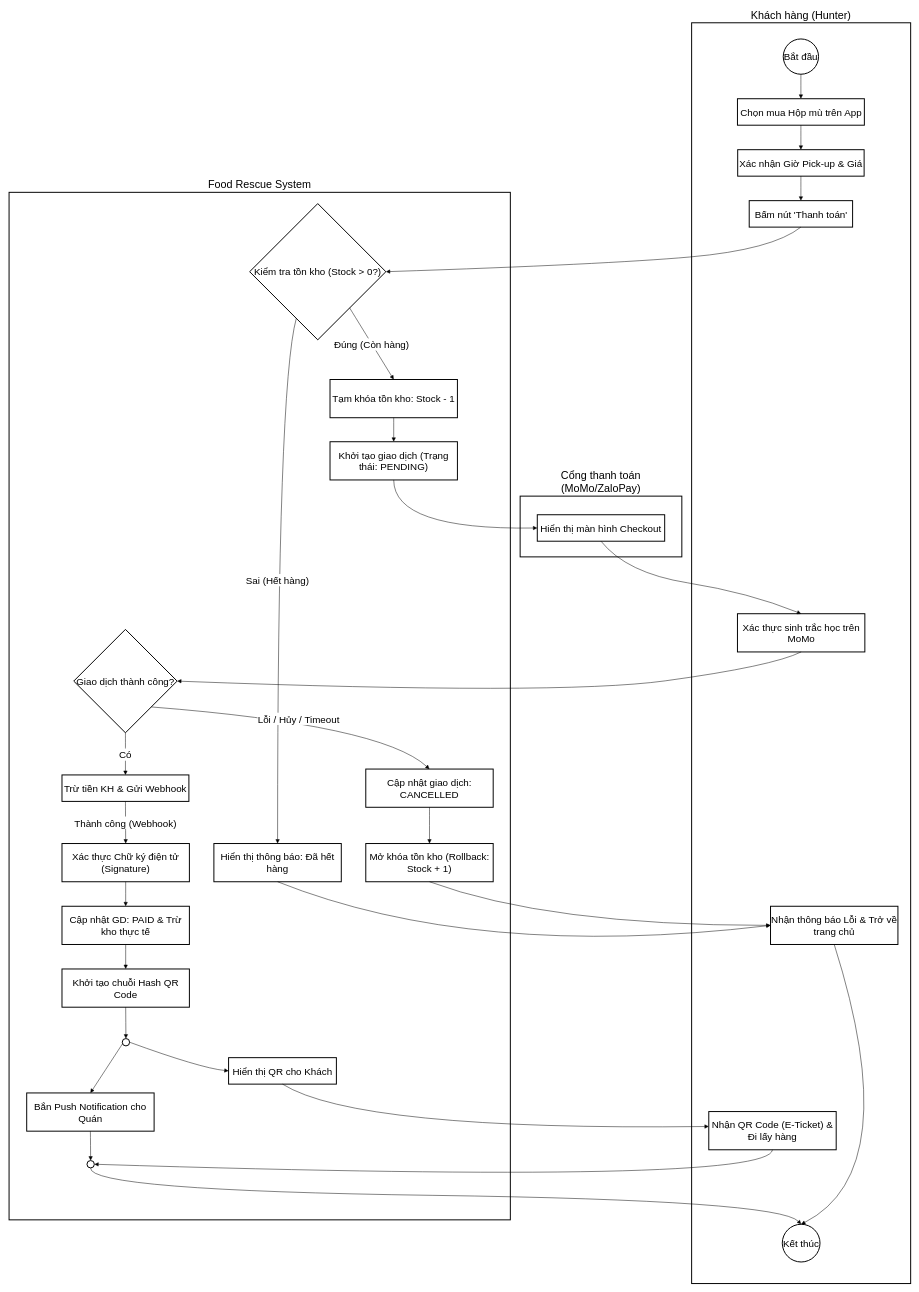
shin-client/drawio keeps this draw.io diagram as food-rescue/atvd-blind-box.drawio. Above is the earlier version. Source tidied: cells renumbered, new cells numbered last; positions are measured from the earlier drawing's top-left corner, leaving out a move shared by most shapes. Both pictures are drawn from the tidied source at 49%, with x=0, y=0 at pixel (9, 23).
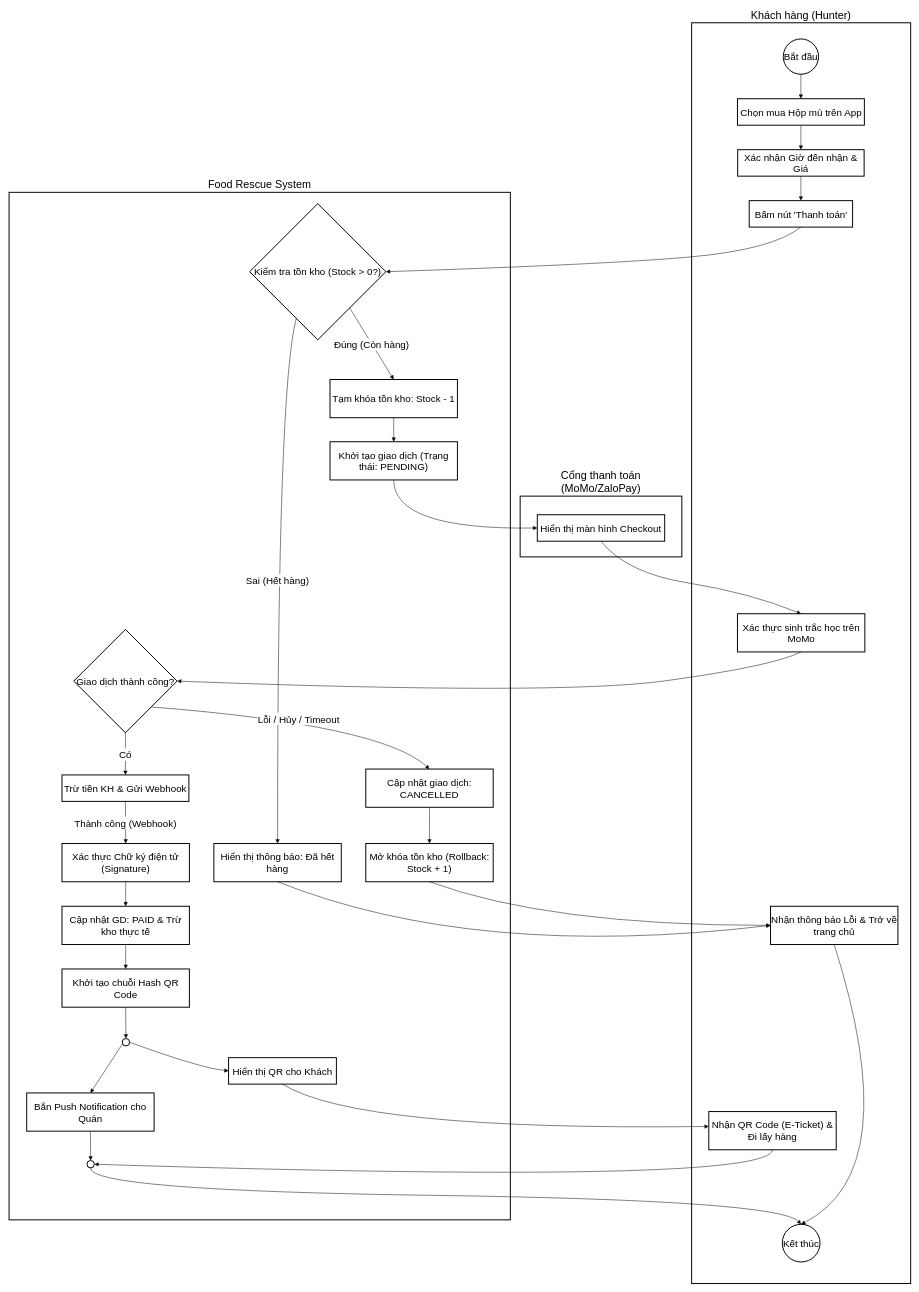
Above is the later version.

The edit, as a diff of the source:
```diff
@@
-    <mxCell id="7" value="Xác nhận Giờ Pick-up &amp; Giá" style="whiteSpace=wrap;strokeWidth=2;fontSize=20;" parent="1" vertex="1">
+    <mxCell id="7" value="Xác nhận Giờ đến nhận &amp; Giá" style="whiteSpace=wrap;strokeWidth=2;fontSize=20;" parent="1" vertex="1">
       <mxGeometry x="1487" y="259" width="258" height="54" as="geometry" />
     </mxCell>
```
